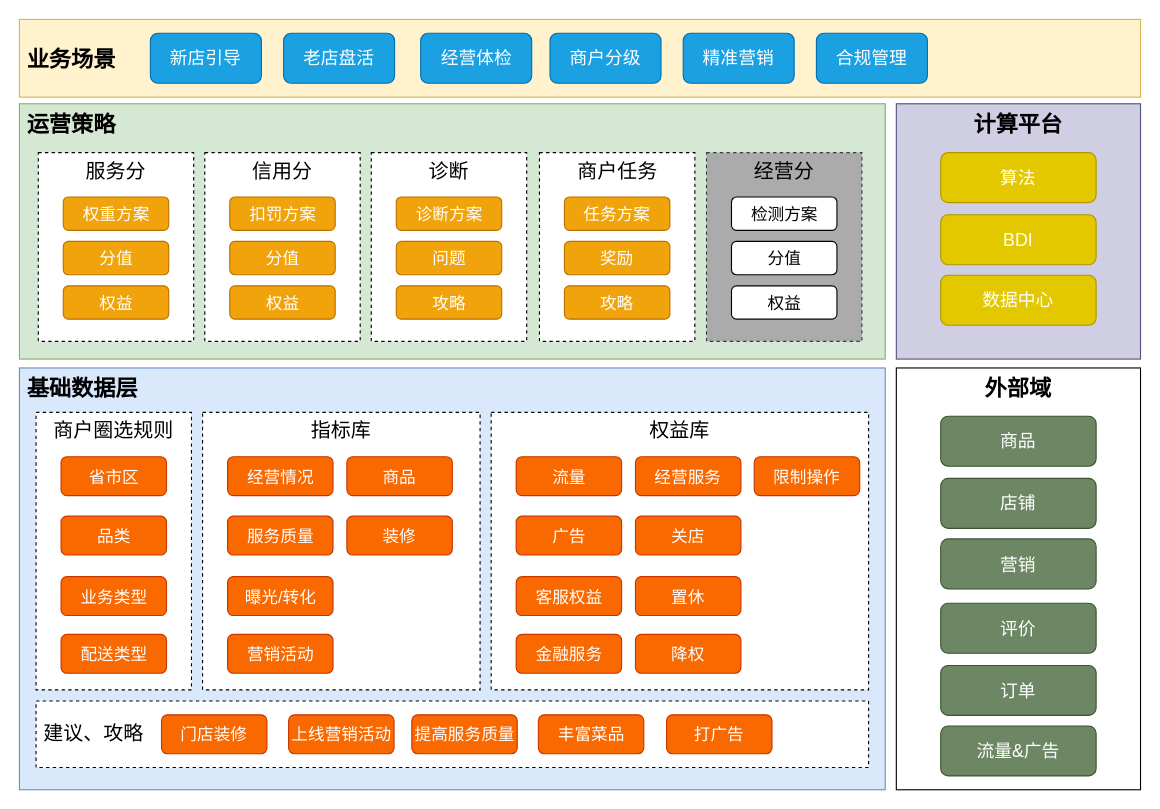
jon-kong/draw.io keeps this draw.io diagram as page "业务架构" (1 of 4) of 服务分架构图.drawio. Above is the earlier version. Source tidied: cells renumbered, new cells numbered last; positions are measured from the earlier drawing's top-left corner, leaving out a move shared by most shapes. Both pictures are drawn from the tidied source at 111%, with x=0, y=0 at pixel (19, 19).
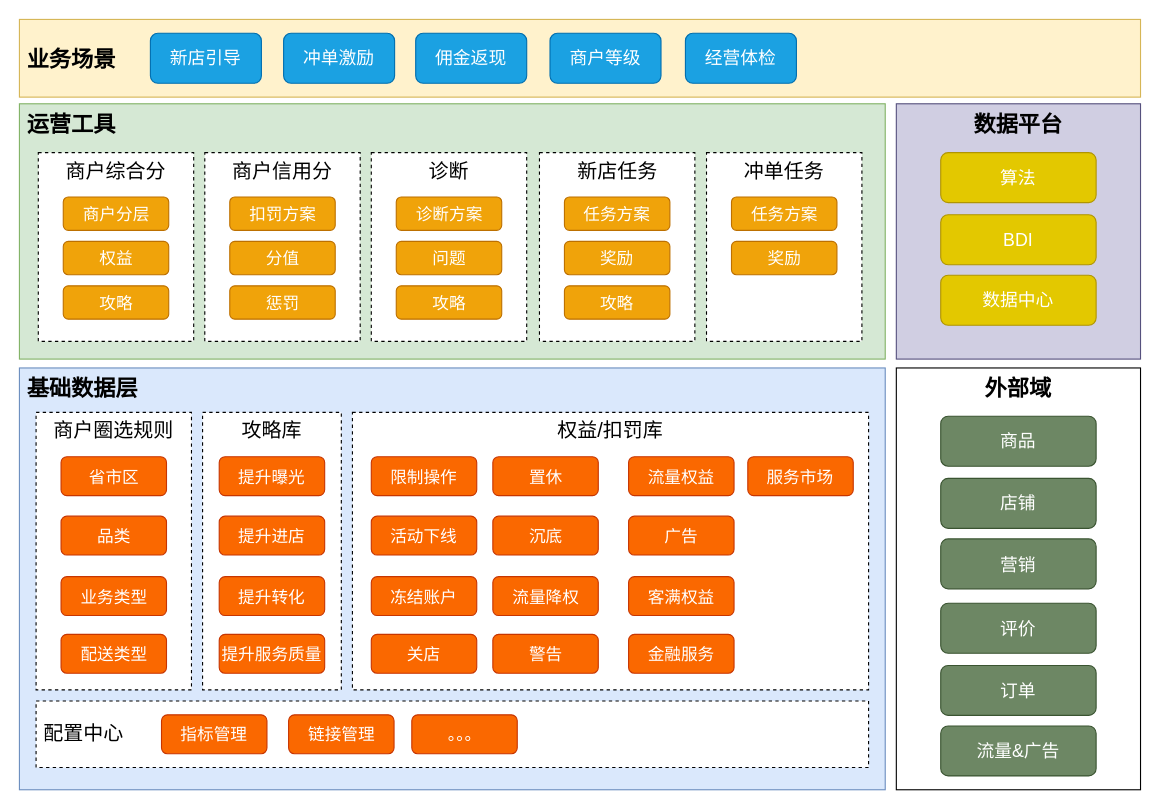
The same diagram, later.

Diff of the diagram source:
```diff
@@
-    <mxCell id="4" value="老店盘活" style="rounded=1;whiteSpace=wrap;html=1;fontSize=16;align=center;fillColor=#1ba1e2;strokeColor=#006EAF;fontColor=#ffffff;" parent="1" vertex="1">
+    <mxCell id="4" value="冲单激励" style="rounded=1;whiteSpace=wrap;html=1;fontSize=16;align=center;fillColor=#1ba1e2;strokeColor=#006EAF;fontColor=#ffffff;" parent="1" vertex="1">
       <mxGeometry x="238" y="12.5" width="100" height="45" as="geometry" />
     </mxCell>
     <mxCell id="5" value="经营体检" style="rounded=1;whiteSpace=wrap;html=1;fontSize=16;align=center;fillColor=#1ba1e2;strokeColor=#006EAF;fontColor=#ffffff;" parent="1" vertex="1">
-      <mxGeometry x="361.5" y="12.5" width="100" height="45" as="geometry" />
+      <mxGeometry x="600" y="12.5" width="100" height="45" as="geometry" />
     </mxCell>
-    <mxCell id="6" value="商户分级" style="rounded=1;whiteSpace=wrap;html=1;fontSize=16;align=center;fillColor=#1ba1e2;strokeColor=#006EAF;fontColor=#ffffff;" parent="1" vertex="1">
+    <mxCell id="6" value="商户等级" style="rounded=1;whiteSpace=wrap;html=1;fontSize=16;align=center;fillColor=#1ba1e2;strokeColor=#006EAF;fontColor=#ffffff;" parent="1" vertex="1">
       <mxGeometry x="478" y="12.5" width="100" height="45" as="geometry" />
     </mxCell>
-    <mxCell id="7" value="精准营销" style="rounded=1;whiteSpace=wrap;html=1;fontSize=16;align=center;fillColor=#1ba1e2;strokeColor=#006EAF;fontColor=#ffffff;" parent="1" vertex="1">
-      <mxGeometry x="598" y="12.5" width="100" height="45" as="geometry" />
+    <mxCell id="7" value="佣金返现" style="rounded=1;whiteSpace=wrap;html=1;fontSize=16;align=center;fillColor=#1ba1e2;strokeColor=#006EAF;fontColor=#ffffff;" parent="1" vertex="1">
+      <mxGeometry x="357" y="12.5" width="100" height="45" as="geometry" />
     </mxCell>
-    <mxCell id="8" value="合规管理" style="rounded=1;whiteSpace=wrap;html=1;fontSize=16;align=center;fillColor=#1ba1e2;strokeColor=#006EAF;fontColor=#ffffff;" parent="1" vertex="1">
-      <mxGeometry x="718" y="12.5" width="100" height="45" as="geometry" />
-    </mxCell>
-    <mxCell id="9" value="运营策略" style="rounded=0;whiteSpace=wrap;html=1;fontSize=20;align=left;fillColor=#d5e8d4;strokeColor=#82b366;fontStyle=1;verticalAlign=top;spacingLeft=5;" parent="1" vertex="1">
+    <mxCell id="9" value="运营工具" style="rounded=0;whiteSpace=wrap;html=1;fontSize=20;align=left;fillColor=#d5e8d4;strokeColor=#82b366;fontStyle=1;verticalAlign=top;spacingLeft=5;" parent="1" vertex="1">
       <mxGeometry y="76" width="780" height="230" as="geometry" />
     </mxCell>
@@
-    <mxCell id="11" value="计算平台" style="rounded=0;whiteSpace=wrap;html=1;fontSize=20;align=center;fillColor=#d0cee2;strokeColor=#56517e;fontStyle=1;verticalAlign=top;" parent="1" vertex="1">
+    <mxCell id="11" value="数据平台" style="rounded=0;whiteSpace=wrap;html=1;fontSize=20;align=center;fillColor=#d0cee2;strokeColor=#56517e;fontStyle=1;verticalAlign=top;" parent="1" vertex="1">
       <mxGeometry x="790" y="76" width="220" height="230" as="geometry" />
     </mxCell>
@@
-    <mxCell id="13" value="服务分" style="rounded=0;whiteSpace=wrap;html=1;fontSize=18;align=center;verticalAlign=top;dashed=1;" parent="1" vertex="1">
+    <mxCell id="13" value="商户综合分" style="rounded=0;whiteSpace=wrap;html=1;fontSize=18;align=center;verticalAlign=top;dashed=1;" parent="1" vertex="1">
       <mxGeometry x="17" y="120" width="140" height="170" as="geometry" />
     </mxCell>
-    <mxCell id="14" value="权重方案" style="rounded=1;whiteSpace=wrap;html=1;fontSize=15;align=center;fillColor=#f0a30a;strokeColor=#BD7000;fontColor=#ffffff;" parent="1" vertex="1">
+    <mxCell id="14" value="商户分层" style="rounded=1;whiteSpace=wrap;html=1;fontSize=15;align=center;fillColor=#f0a30a;strokeColor=#BD7000;fontColor=#ffffff;" parent="1" vertex="1">
       <mxGeometry x="39.5" y="160" width="95" height="30" as="geometry" />
     </mxCell>
-    <mxCell id="15" value="分值" style="rounded=1;whiteSpace=wrap;html=1;fontSize=15;align=center;fillColor=#f0a30a;strokeColor=#BD7000;fontColor=#ffffff;" parent="1" vertex="1">
+    <mxCell id="15" value="权益" style="rounded=1;whiteSpace=wrap;html=1;fontSize=15;align=center;fillColor=#f0a30a;strokeColor=#BD7000;fontColor=#ffffff;" parent="1" vertex="1">
       <mxGeometry x="39.5" y="200" width="95" height="30" as="geometry" />
     </mxCell>
-    <mxCell id="16" value="权益" style="rounded=1;whiteSpace=wrap;html=1;fontSize=15;align=center;fillColor=#f0a30a;strokeColor=#BD7000;fontColor=#ffffff;" parent="1" vertex="1">
+    <mxCell id="16" value="攻略" style="rounded=1;whiteSpace=wrap;html=1;fontSize=15;align=center;fillColor=#f0a30a;strokeColor=#BD7000;fontColor=#ffffff;" parent="1" vertex="1">
       <mxGeometry x="39.5" y="240" width="95" height="30" as="geometry" />
     </mxCell>
-    <mxCell id="17" value="信用分" style="rounded=0;whiteSpace=wrap;html=1;fontSize=18;align=center;verticalAlign=top;dashed=1;" parent="1" vertex="1">
+    <mxCell id="17" value="商户信用分" style="rounded=0;whiteSpace=wrap;html=1;fontSize=18;align=center;verticalAlign=top;dashed=1;" parent="1" vertex="1">
       <mxGeometry x="167" y="120" width="140" height="170" as="geometry" />
     </mxCell>
@@
-    <mxCell id="20" value="权益" style="rounded=1;whiteSpace=wrap;html=1;fontSize=15;align=center;fillColor=#f0a30a;strokeColor=#BD7000;fontColor=#ffffff;" parent="1" vertex="1">
+    <mxCell id="20" value="惩罚" style="rounded=1;whiteSpace=wrap;html=1;fontSize=15;align=center;fillColor=#f0a30a;strokeColor=#BD7000;fontColor=#ffffff;" parent="1" vertex="1">
       <mxGeometry x="189.5" y="240" width="95" height="30" as="geometry" />
     </mxCell>
@@
-    <mxCell id="25" value="商户任务" style="rounded=0;whiteSpace=wrap;html=1;fontSize=18;align=center;verticalAlign=top;dashed=1;" parent="1" vertex="1">
+    <mxCell id="25" value="新店任务" style="rounded=0;whiteSpace=wrap;html=1;fontSize=18;align=center;verticalAlign=top;dashed=1;" parent="1" vertex="1">
       <mxGeometry x="468.5" y="120" width="140" height="170" as="geometry" />
     </mxCell>
@@
-    <mxCell id="29" value="经营分" style="rounded=0;whiteSpace=wrap;html=1;fontSize=18;align=center;verticalAlign=top;dashed=1;fillColor=#ABABAB;strokeColor=#36393d;" parent="1" vertex="1">
+    <mxCell id="29" value="冲单任务" style="rounded=0;whiteSpace=wrap;html=1;fontSize=18;align=center;verticalAlign=top;dashed=1;" parent="1" vertex="1">
       <mxGeometry x="619" y="120" width="140" height="170" as="geometry" />
     </mxCell>
-    <mxCell id="30" value="检测方案" style="rounded=1;whiteSpace=wrap;html=1;fontSize=15;align=center;" parent="1" vertex="1">
+    <mxCell id="30" value="任务方案" style="rounded=1;whiteSpace=wrap;html=1;fontSize=15;align=center;fillColor=#f0a30a;strokeColor=#BD7000;fontColor=#ffffff;" parent="1" vertex="1">
       <mxGeometry x="641.5" y="160" width="95" height="30" as="geometry" />
     </mxCell>
-    <mxCell id="31" value="分值" style="rounded=1;whiteSpace=wrap;html=1;fontSize=15;align=center;" parent="1" vertex="1">
+    <mxCell id="31" value="奖励" style="rounded=1;whiteSpace=wrap;html=1;fontSize=15;align=center;fillColor=#f0a30a;strokeColor=#BD7000;fontColor=#ffffff;" parent="1" vertex="1">
       <mxGeometry x="641.5" y="200" width="95" height="30" as="geometry" />
     </mxCell>
-    <mxCell id="32" value="权益" style="rounded=1;whiteSpace=wrap;html=1;fontSize=15;align=center;" parent="1" vertex="1">
-      <mxGeometry x="641.5" y="240" width="95" height="30" as="geometry" />
-    </mxCell>
@@
-    <mxCell id="38" value="指标库" style="rounded=0;whiteSpace=wrap;html=1;fontSize=18;align=center;verticalAlign=top;dashed=1;" parent="1" vertex="1">
-      <mxGeometry x="165" y="354" width="250" height="250" as="geometry" />
+    <mxCell id="38" value="攻略库" style="rounded=0;whiteSpace=wrap;html=1;fontSize=18;align=center;verticalAlign=top;dashed=1;" parent="1" vertex="1">
+      <mxGeometry x="165" y="354" width="125" height="250" as="geometry" />
     </mxCell>
-    <mxCell id="39" value="经营情况" style="rounded=1;whiteSpace=wrap;html=1;fontSize=15;align=center;fillColor=#fa6800;strokeColor=#C73500;fontColor=#ffffff;" parent="1" vertex="1">
-      <mxGeometry x="187.5" y="394" width="95" height="35" as="geometry" />
+    <mxCell id="39" value="提升曝光" style="rounded=1;whiteSpace=wrap;html=1;fontSize=15;align=center;fillColor=#fa6800;strokeColor=#C73500;fontColor=#ffffff;" parent="1" vertex="1">
+      <mxGeometry x="180" y="394" width="95" height="35" as="geometry" />
     </mxCell>
-    <mxCell id="40" value="服务质量" style="rounded=1;whiteSpace=wrap;html=1;fontSize=15;align=center;fillColor=#fa6800;strokeColor=#C73500;fontColor=#ffffff;" parent="1" vertex="1">
-      <mxGeometry x="187.5" y="447.5" width="95" height="35" as="geometry" />
+    <mxCell id="40" value="提升进店" style="rounded=1;whiteSpace=wrap;html=1;fontSize=15;align=center;fillColor=#fa6800;strokeColor=#C73500;fontColor=#ffffff;" parent="1" vertex="1">
+      <mxGeometry x="180" y="447.5" width="95" height="35" as="geometry" />
     </mxCell>
-    <mxCell id="41" value="曝光/转化" style="rounded=1;whiteSpace=wrap;html=1;fontSize=15;align=center;fillColor=#fa6800;strokeColor=#C73500;fontColor=#ffffff;" parent="1" vertex="1">
-      <mxGeometry x="187.5" y="502" width="95" height="35" as="geometry" />
+    <mxCell id="41" value="提升转化" style="rounded=1;whiteSpace=wrap;html=1;fontSize=15;align=center;fillColor=#fa6800;strokeColor=#C73500;fontColor=#ffffff;" parent="1" vertex="1">
+      <mxGeometry x="180" y="502" width="95" height="35" as="geometry" />
     </mxCell>
-    <mxCell id="42" value="营销活动" style="rounded=1;whiteSpace=wrap;html=1;fontSize=15;align=center;fillColor=#fa6800;strokeColor=#C73500;fontColor=#ffffff;" parent="1" vertex="1">
-      <mxGeometry x="187.5" y="554" width="95" height="35" as="geometry" />
+    <mxCell id="42" value="提升服务质量" style="rounded=1;whiteSpace=wrap;html=1;fontSize=15;align=center;fillColor=#fa6800;strokeColor=#C73500;fontColor=#ffffff;" parent="1" vertex="1">
+      <mxGeometry x="180" y="554" width="95" height="35" as="geometry" />
     </mxCell>
-    <mxCell id="43" value="商品" style="rounded=1;whiteSpace=wrap;html=1;fontSize=15;align=center;fillColor=#fa6800;strokeColor=#C73500;fontColor=#ffffff;" parent="1" vertex="1">
-      <mxGeometry x="295" y="394" width="95" height="35" as="geometry" />
-    </mxCell>
-    <mxCell id="44" value="装修" style="rounded=1;whiteSpace=wrap;html=1;fontSize=15;align=center;fillColor=#fa6800;strokeColor=#C73500;fontColor=#ffffff;" parent="1" vertex="1">
-      <mxGeometry x="295" y="447.5" width="95" height="35" as="geometry" />
-    </mxCell>
-    <mxCell id="45" value="权益库" style="rounded=0;whiteSpace=wrap;html=1;fontSize=18;align=center;verticalAlign=top;dashed=1;" parent="1" vertex="1">
-      <mxGeometry x="425" y="354" width="340" height="250" as="geometry" />
+    <mxCell id="45" value="权益/扣罚库" style="rounded=0;whiteSpace=wrap;html=1;fontSize=18;align=center;verticalAlign=top;dashed=1;" parent="1" vertex="1">
+      <mxGeometry x="300" y="354" width="465" height="250" as="geometry" />
     </mxCell>
-    <mxCell id="46" value="流量" style="rounded=1;whiteSpace=wrap;html=1;fontSize=15;align=center;fillColor=#fa6800;strokeColor=#C73500;fontColor=#ffffff;" parent="1" vertex="1">
-      <mxGeometry x="447.5" y="394" width="95" height="35" as="geometry" />
+    <mxCell id="46" value="流量权益" style="rounded=1;whiteSpace=wrap;html=1;fontSize=15;align=center;fillColor=#fa6800;strokeColor=#C73500;fontColor=#ffffff;" parent="1" vertex="1">
+      <mxGeometry x="548.8" y="394" width="95" height="35" as="geometry" />
     </mxCell>
     <mxCell id="47" value="广告" style="rounded=1;whiteSpace=wrap;html=1;fontSize=15;align=center;fillColor=#fa6800;strokeColor=#C73500;fontColor=#ffffff;" parent="1" vertex="1">
-      <mxGeometry x="447.5" y="447.5" width="95" height="35" as="geometry" />
+      <mxGeometry x="548.8" y="447.5" width="95" height="35" as="geometry" />
     </mxCell>
-    <mxCell id="48" value="客服权益" style="rounded=1;whiteSpace=wrap;html=1;fontSize=15;align=center;fillColor=#fa6800;strokeColor=#C73500;fontColor=#ffffff;" parent="1" vertex="1">
-      <mxGeometry x="447.5" y="502" width="95" height="35" as="geometry" />
+    <mxCell id="48" value="客满权益" style="rounded=1;whiteSpace=wrap;html=1;fontSize=15;align=center;fillColor=#fa6800;strokeColor=#C73500;fontColor=#ffffff;" parent="1" vertex="1">
+      <mxGeometry x="548.8" y="502" width="95" height="35" as="geometry" />
     </mxCell>
     <mxCell id="49" value="金融服务" style="rounded=1;whiteSpace=wrap;html=1;fontSize=15;align=center;fillColor=#fa6800;strokeColor=#C73500;fontColor=#ffffff;" parent="1" vertex="1">
-      <mxGeometry x="447.5" y="554" width="95" height="35" as="geometry" />
+      <mxGeometry x="548.8" y="554" width="95" height="35" as="geometry" />
     </mxCell>
-    <mxCell id="50" value="经营服务" style="rounded=1;whiteSpace=wrap;html=1;fontSize=15;align=center;fillColor=#fa6800;strokeColor=#C73500;fontColor=#ffffff;" parent="1" vertex="1">
-      <mxGeometry x="555" y="394" width="95" height="35" as="geometry" />
+    <mxCell id="50" value="服务市场" style="rounded=1;whiteSpace=wrap;html=1;fontSize=15;align=center;fillColor=#fa6800;strokeColor=#C73500;fontColor=#ffffff;" parent="1" vertex="1">
+      <mxGeometry x="656.2" y="394" width="95" height="35" as="geometry" />
     </mxCell>
     <mxCell id="51" value="关店" style="rounded=1;whiteSpace=wrap;html=1;fontSize=15;align=center;fillColor=#fa6800;strokeColor=#C73500;fontColor=#ffffff;" parent="1" vertex="1">
-      <mxGeometry x="555" y="447.5" width="95" height="35" as="geometry" />
+      <mxGeometry x="317" y="554" width="95" height="35" as="geometry" />
     </mxCell>
     <mxCell id="52" value="置休" style="rounded=1;whiteSpace=wrap;html=1;fontSize=15;align=center;fillColor=#fa6800;strokeColor=#C73500;fontColor=#ffffff;" parent="1" vertex="1">
-      <mxGeometry x="555" y="502" width="95" height="35" as="geometry" />
+      <mxGeometry x="426.5" y="394" width="95" height="35" as="geometry" />
     </mxCell>
-    <mxCell id="53" value="降权" style="rounded=1;whiteSpace=wrap;html=1;fontSize=15;align=center;fillColor=#fa6800;strokeColor=#C73500;fontColor=#ffffff;" parent="1" vertex="1">
-      <mxGeometry x="555" y="554" width="95" height="35" as="geometry" />
+    <mxCell id="53" value="沉底" style="rounded=1;whiteSpace=wrap;html=1;fontSize=15;align=center;fillColor=#fa6800;strokeColor=#C73500;fontColor=#ffffff;" parent="1" vertex="1">
+      <mxGeometry x="426.5" y="447.5" width="95" height="35" as="geometry" />
     </mxCell>
     <mxCell id="54" value="限制操作" style="rounded=1;whiteSpace=wrap;html=1;fontSize=15;align=center;fillColor=#fa6800;strokeColor=#C73500;fontColor=#ffffff;" parent="1" vertex="1">
-      <mxGeometry x="662" y="394" width="95" height="35" as="geometry" />
+      <mxGeometry x="317" y="394" width="95" height="35" as="geometry" />
     </mxCell>
-    <mxCell id="55" value="建议、攻略" style="rounded=0;whiteSpace=wrap;html=1;fontSize=18;align=left;verticalAlign=middle;dashed=1;spacingLeft=5;" parent="1" vertex="1">
+    <mxCell id="55" value="配置中心" style="rounded=0;whiteSpace=wrap;html=1;fontSize=18;align=left;verticalAlign=middle;dashed=1;spacingLeft=5;" parent="1" vertex="1">
       <mxGeometry x="15" y="614" width="750" height="60" as="geometry" />
     </mxCell>
-    <mxCell id="56" value="门店装修" style="rounded=1;whiteSpace=wrap;html=1;fontSize=15;align=center;fillColor=#fa6800;strokeColor=#C73500;fontColor=#ffffff;" parent="1" vertex="1">
+    <mxCell id="56" value="指标管理" style="rounded=1;whiteSpace=wrap;html=1;fontSize=15;align=center;fillColor=#fa6800;strokeColor=#C73500;fontColor=#ffffff;" parent="1" vertex="1">
       <mxGeometry x="128" y="626.5" width="95" height="35" as="geometry" />
     </mxCell>
-    <mxCell id="57" value="上线营销活动" style="rounded=1;whiteSpace=wrap;html=1;fontSize=15;align=center;fillColor=#fa6800;strokeColor=#C73500;fontColor=#ffffff;" parent="1" vertex="1">
+    <mxCell id="57" value="链接管理" style="rounded=1;whiteSpace=wrap;html=1;fontSize=15;align=center;fillColor=#fa6800;strokeColor=#C73500;fontColor=#ffffff;" parent="1" vertex="1">
       <mxGeometry x="242.5" y="626.5" width="95" height="35" as="geometry" />
     </mxCell>
-    <mxCell id="58" value="提高服务质量" style="rounded=1;whiteSpace=wrap;html=1;fontSize=15;align=center;fillColor=#fa6800;strokeColor=#C73500;fontColor=#ffffff;" parent="1" vertex="1">
+    <mxCell id="58" value="。。。" style="rounded=1;whiteSpace=wrap;html=1;fontSize=15;align=center;fillColor=#fa6800;strokeColor=#C73500;fontColor=#ffffff;" parent="1" vertex="1">
       <mxGeometry x="353.5" y="626.5" width="95" height="35" as="geometry" />
     </mxCell>
-    <mxCell id="59" value="丰富菜品" style="rounded=1;whiteSpace=wrap;html=1;fontSize=15;align=center;fillColor=#fa6800;strokeColor=#C73500;fontColor=#ffffff;" parent="1" vertex="1">
-      <mxGeometry x="467.5" y="626.5" width="95" height="35" as="geometry" />
-    </mxCell>
-    <mxCell id="60" value="打广告" style="rounded=1;whiteSpace=wrap;html=1;fontSize=15;align=center;fillColor=#fa6800;strokeColor=#C73500;fontColor=#ffffff;" parent="1" vertex="1">
-      <mxGeometry x="583" y="626.5" width="95" height="35" as="geometry" />
-    </mxCell>
@@
+    <mxCell id="70" value="活动下线" style="rounded=1;whiteSpace=wrap;html=1;fontSize=15;align=center;fillColor=#fa6800;strokeColor=#C73500;fontColor=#ffffff;" parent="1" vertex="1">
+      <mxGeometry x="317" y="447.5" width="95" height="35" as="geometry" />
+    </mxCell>
+    <mxCell id="71" value="冻结账户" style="rounded=1;whiteSpace=wrap;html=1;fontSize=15;align=center;fillColor=#fa6800;strokeColor=#C73500;fontColor=#ffffff;" parent="1" vertex="1">
+      <mxGeometry x="317" y="502" width="95" height="35" as="geometry" />
+    </mxCell>
+    <mxCell id="72" value="流量降权" style="rounded=1;whiteSpace=wrap;html=1;fontSize=15;align=center;fillColor=#fa6800;strokeColor=#C73500;fontColor=#ffffff;" parent="1" vertex="1">
+      <mxGeometry x="426.5" y="502" width="95" height="35" as="geometry" />
+    </mxCell>
+    <mxCell id="73" value="警告" style="rounded=1;whiteSpace=wrap;html=1;fontSize=15;align=center;fillColor=#fa6800;strokeColor=#C73500;fontColor=#ffffff;" parent="1" vertex="1">
+      <mxGeometry x="426.5" y="554" width="95" height="35" as="geometry" />
+    </mxCell>
```
